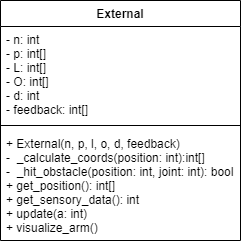
filkata123/RSSTP keeps this draw.io diagram as misc/diagrams/external_class_diagram.png. Above is the earlier version. Source tidied: cells renumbered, new cells last; positions are measured from the earlier drawing's top-left corner, leaving out a move shared by most shapes.
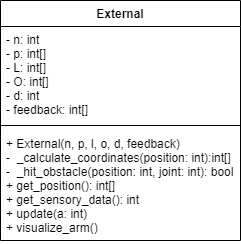
Above is the later version.

Diff of the diagram source:
```diff
@@ -11,7 +11,7 @@
     <mxCell id="4" style="line;strokeWidth=1;fillColor=none;align=left;verticalAlign=middle;spacingTop=-1;spacingLeft=3;spacingRight=3;labelPosition=right;strokeColor=inherit;" parent="2" vertex="1">
       <mxGeometry y="120" width="240" height="10" as="geometry" />
     </mxCell>
-    <mxCell id="5" value="+ External(n, p, l, o, d, feedback)&#10;-  _calculate_coords(position: int):int[]&#10;-  _hit_obstacle(position: int, joint: int): bool&#10;+ get_position(): int[]&#10;+ get_sensory_data(): int&#10;+ update(a: int)&#10;+ visualize_arm()" style="text;strokeColor=none;fillColor=none;align=left;verticalAlign=top;spacingLeft=4;spacingRight=4;overflow=hidden;" parent="2" vertex="1">
+    <mxCell id="5" value="+ External(n, p, l, o, d, feedback)&#10;-  _calculate_coordinates(position: int):int[]&#10;-  _hit_obstacle(position: int, joint: int): bool&#10;+ get_position(): int[]&#10;+ get_sensory_data(): int&#10;+ update(a: int)&#10;+ visualize_arm()" style="text;strokeColor=none;fillColor=none;align=left;verticalAlign=top;spacingLeft=4;spacingRight=4;overflow=hidden;" parent="2" vertex="1">
       <mxGeometry y="130" width="240" height="110" as="geometry" />
     </mxCell>
   </root>
```
